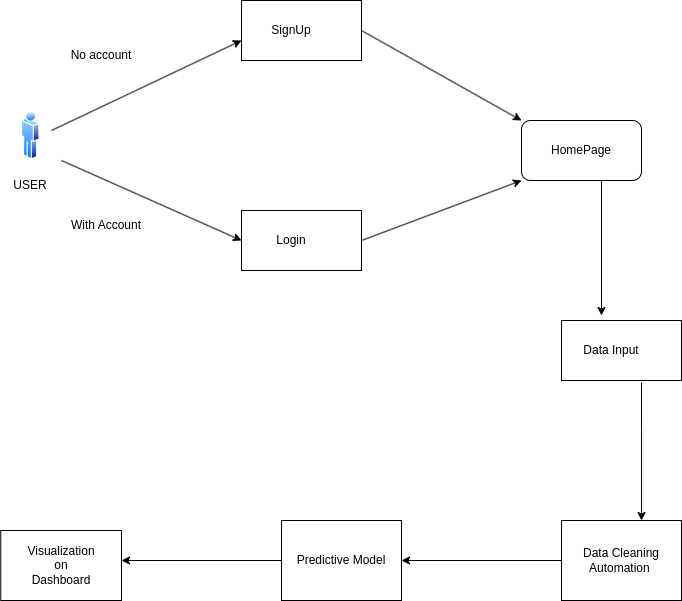
Before: Untitled Diagram.drawio.png, a diagram exported from draw.io (ndegwaanth/UML-Diagram). Source tidied: cells renumbered, new cells last; positions are measured from the earlier drawing's top-left corner, leaving out a move shared by most shapes.
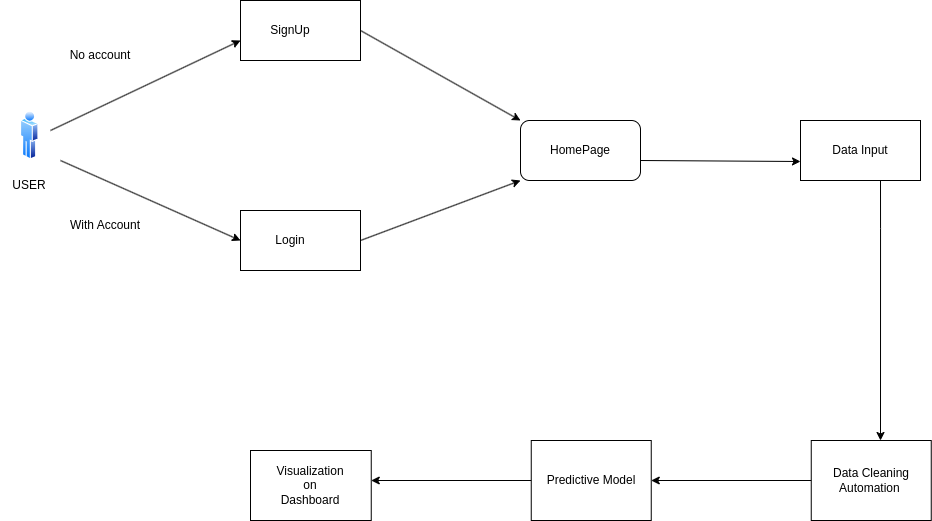
The same diagram one commit later.

What changed in the source:
```diff
@@ -52,54 +52,54 @@
     <mxCell id="15" value="HomePage" style="text;html=1;align=center;verticalAlign=middle;whiteSpace=wrap;rounded=0;" parent="1" vertex="1">
       <mxGeometry x="551" y="135" width="60" height="30" as="geometry" />
     </mxCell>
-    <mxCell id="16" style="endArrow=classic;html=1;rounded=0;" parent="1" edge="1">
+    <mxCell id="16" style="endArrow=classic;html=1;rounded=0;exitX=1.033;exitY=0.65;exitDx=0;exitDy=0;exitPerimeter=0;" parent="1" edge="1">
       <mxGeometry relative="1" as="geometry">
-        <mxPoint x="601" y="180" as="sourcePoint" />
-        <mxPoint x="601" y="315" as="targetPoint" />
+        <mxPoint x="641" y="160" as="sourcePoint" />
+        <mxPoint x="801" y="161" as="targetPoint" />
       </mxGeometry>
     </mxCell>
     <mxCell id="17" style="rounded=0;whiteSpace=wrap;html=1;" parent="1" vertex="1">
-      <mxGeometry x="561" y="320" width="120" height="60" as="geometry" />
+      <mxGeometry x="801" y="120" width="120" height="60" as="geometry" />
     </mxCell>
     <mxCell id="18" value="Data Input" style="text;html=1;align=center;verticalAlign=middle;whiteSpace=wrap;rounded=0;" parent="1" vertex="1">
-      <mxGeometry x="581" y="335" width="60" height="30" as="geometry" />
+      <mxGeometry x="831" y="135" width="60" height="30" as="geometry" />
     </mxCell>
     <mxCell id="19" style="endArrow=classic;html=1;rounded=0;exitX=0.408;exitY=1.033;exitDx=0;exitDy=0;exitPerimeter=0;" parent="1" edge="1">
       <mxGeometry relative="1" as="geometry">
-        <mxPoint x="641" y="382" as="sourcePoint" />
-        <mxPoint x="641" y="520" as="targetPoint" />
+        <mxPoint x="881" y="180" as="sourcePoint" />
+        <mxPoint x="881" y="440" as="targetPoint" />
         <Array as="points">
-          <mxPoint x="641" y="430" />
+          <mxPoint x="881" y="228" />
         </Array>
       </mxGeometry>
     </mxCell>
-    <mxCell id="20" style="rounded=0;whiteSpace=wrap;html=1;" parent="1" vertex="1">
-      <mxGeometry x="561" y="520" width="120" height="80" as="geometry" />
-    </mxCell>
+    <mxCell id="28" style="rounded=0;whiteSpace=wrap;html=1;" parent="1" vertex="1">
+      <mxGeometry x="811.8" y="440" width="120" height="80" as="geometry" />
+    </mxCell>
     <mxCell id="21" value="Data Cleaning Automation&amp;nbsp;" style="text;html=1;align=center;verticalAlign=middle;whiteSpace=wrap;rounded=0;" parent="1" vertex="1">
-      <mxGeometry x="571" y="545" width="100" height="30" as="geometry" />
+      <mxGeometry x="821.8" y="465" width="100" height="30" as="geometry" />
     </mxCell>
-    <mxCell id="22" style="endArrow=classic;html=1;rounded=0;exitX=0;exitY=0.5;exitDx=0;exitDy=0;" parent="1" edge="1" source="20">
-      <mxGeometry relative="1" as="geometry">
-        <mxPoint x="401" y="560" as="targetPoint" />
-      </mxGeometry>
-    </mxCell>
-    <mxCell id="23" style="rounded=0;whiteSpace=wrap;html=1;" parent="1" vertex="1">
-      <mxGeometry x="281" y="520" width="120" height="80" as="geometry" />
-    </mxCell>
+    <mxCell id="29" style="endArrow=classic;html=1;rounded=0;exitX=0;exitY=0.5;exitDx=0;exitDy=0;" parent="1" edge="1" source="28">
+      <mxGeometry relative="1" as="geometry">
+        <mxPoint x="651.8" y="480" as="targetPoint" />
+      </mxGeometry>
+    </mxCell>
+    <mxCell id="30" style="rounded=0;whiteSpace=wrap;html=1;" parent="1" vertex="1">
+      <mxGeometry x="531.8" y="440" width="120" height="80" as="geometry" />
+    </mxCell>
     <mxCell id="24" value="Predictive Model" style="text;html=1;align=center;verticalAlign=middle;whiteSpace=wrap;rounded=0;" parent="1" vertex="1">
-      <mxGeometry x="291" y="545" width="100" height="30" as="geometry" />
+      <mxGeometry x="541.8" y="465" width="100" height="30" as="geometry" />
     </mxCell>
-    <mxCell id="25" style="endArrow=classic;html=1;rounded=0;exitX=0;exitY=0.5;exitDx=0;exitDy=0;" parent="1" edge="1" source="23">
-      <mxGeometry relative="1" as="geometry">
-        <mxPoint x="121" y="560" as="targetPoint" />
-      </mxGeometry>
-    </mxCell>
-    <mxCell id="26" style="rounded=0;whiteSpace=wrap;html=1;" parent="1" vertex="1">
-      <mxGeometry x="0.2" y="530" width="120.8" height="70" as="geometry" />
-    </mxCell>
+    <mxCell id="31" style="endArrow=classic;html=1;rounded=0;exitX=0;exitY=0.5;exitDx=0;exitDy=0;" parent="1" edge="1" source="30">
+      <mxGeometry relative="1" as="geometry">
+        <mxPoint x="371.8" y="480" as="targetPoint" />
+      </mxGeometry>
+    </mxCell>
+    <mxCell id="32" style="rounded=0;whiteSpace=wrap;html=1;" parent="1" vertex="1">
+      <mxGeometry x="251" y="450" width="120.8" height="70" as="geometry" />
+    </mxCell>
     <mxCell id="27" value="Visualization on Dashboard" style="text;html=1;align=center;verticalAlign=middle;whiteSpace=wrap;rounded=0;" parent="1" vertex="1">
-      <mxGeometry x="30.6" y="550" width="60.4" height="30" as="geometry" />
+      <mxGeometry x="281.4" y="470" width="60.4" height="30" as="geometry" />
     </mxCell>
   </root>
 </mxGraphModel>
```
